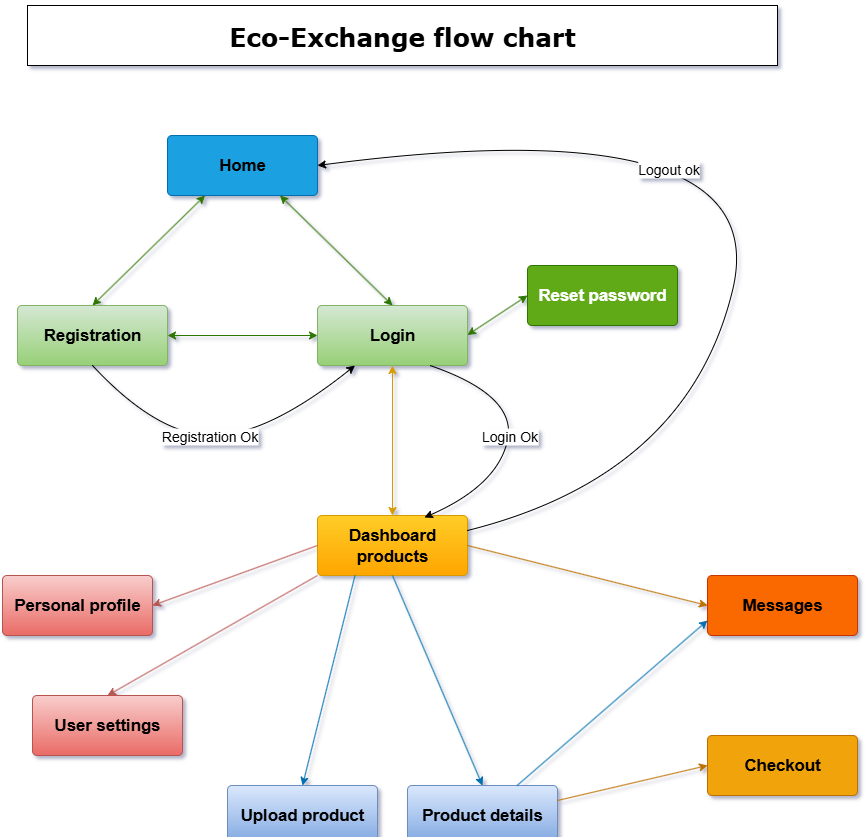
Before: imgs/Flow_chart_PF_Bootcamp.png, a diagram exported from draw.io (Alegarse/SecondHandHub_FrontEnd). Source tidied: cells renumbered, new cells last; positions are measured from the earlier drawing's top-left corner, leaving out a move shared by most shapes.
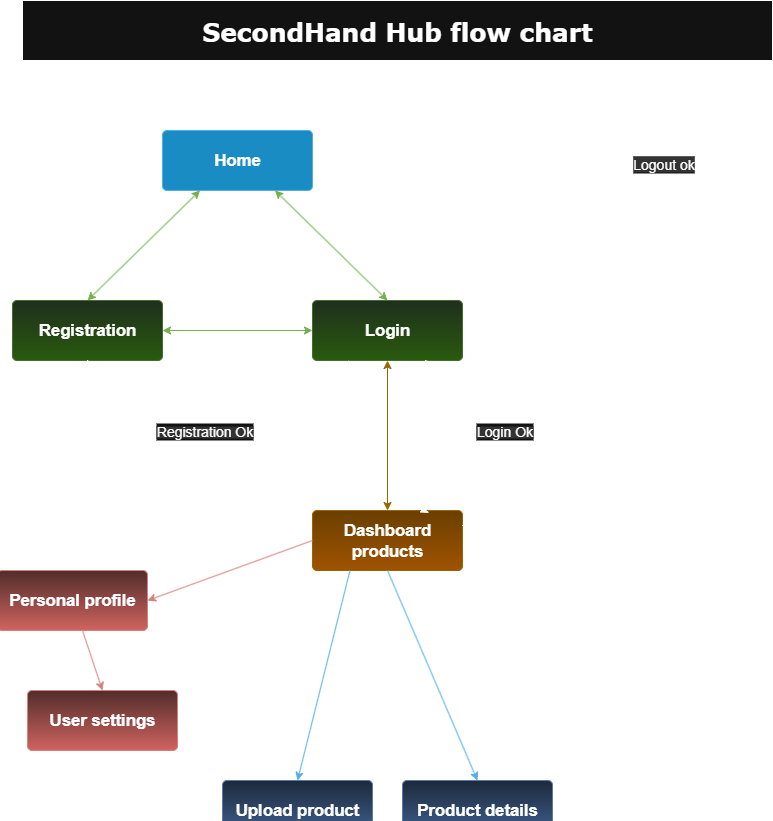
After the commit.

Commit message:
HotFix-Implemented reset password

The edit, as a diff of the source:
```diff
@@ -11,9 +11,6 @@
     <mxCell id="4" value="&lt;b&gt;Registration&lt;/b&gt;" style="html=1;overflow=block;blockSpacing=1;whiteSpace=wrap;fontSize=16.7;align=center;spacing=3.8;strokeOpacity=100;rounded=1;absoluteArcSize=1;arcSize=9;fillColor=#d5e8d4;strokeWidth=NaN;lucidId=hWQvLACzkkMG;strokeColor=#82b366;gradientColor=#97d077;" parent="1" vertex="1">
       <mxGeometry x="15" y="300" width="150" height="60" as="geometry" />
     </mxCell>
-    <mxCell id="5" value="&lt;b&gt;Reset password&lt;/b&gt;" style="html=1;overflow=block;blockSpacing=1;whiteSpace=wrap;fontSize=16.7;align=center;spacing=3.8;strokeOpacity=100;rounded=1;absoluteArcSize=1;arcSize=9;fillColor=#60a917;strokeWidth=NaN;lucidId=NWQv-iTq8Jja;strokeColor=#2D7600;fontColor=#ffffff;" parent="1" vertex="1">
-      <mxGeometry x="525" y="260" width="150" height="60" as="geometry" />
-    </mxCell>
     <mxCell id="6" value="&lt;b&gt;Dashboard products&lt;/b&gt;" style="html=1;overflow=block;blockSpacing=1;whiteSpace=wrap;fontSize=16.7;align=center;spacing=3.8;strokeOpacity=100;rounded=1;absoluteArcSize=1;arcSize=9;fillColor=#ffcd28;strokeWidth=NaN;lucidId=8WQv44ADwGnZ;gradientColor=#ffa500;strokeColor=#d79b00;" parent="1" vertex="1">
       <mxGeometry x="315" y="510" width="150" height="60" as="geometry" />
     </mxCell>
@@ -29,12 +26,6 @@
     <mxCell id="10" value="&lt;b&gt;Personal profile&lt;/b&gt;" style="html=1;overflow=block;blockSpacing=1;whiteSpace=wrap;fontSize=16.7;align=center;spacing=3.8;strokeOpacity=100;rounded=1;absoluteArcSize=1;arcSize=9;fillColor=#f8cecc;strokeWidth=NaN;lucidId=E2QvIYk.un~B;gradientColor=#ea6b66;strokeColor=#b85450;" parent="1" vertex="1">
       <mxGeometry y="570" width="150" height="60" as="geometry" />
     </mxCell>
-    <mxCell id="11" value="&lt;b&gt;Messages&lt;/b&gt;" style="html=1;overflow=block;blockSpacing=1;whiteSpace=wrap;fontSize=16.7;align=center;spacing=3.8;strokeOpacity=100;rounded=1;absoluteArcSize=1;arcSize=9;fillColor=#fa6800;strokeWidth=NaN;lucidId=C4QvrvInYFvl;strokeColor=#C73500;fontColor=#000000;" parent="1" vertex="1">
-      <mxGeometry x="705" y="570" width="150" height="60" as="geometry" />
-    </mxCell>
-    <mxCell id="12" value="&lt;b&gt;Checkout&lt;/b&gt;" style="html=1;overflow=block;blockSpacing=1;whiteSpace=wrap;fontSize=16.7;align=center;spacing=3.8;strokeOpacity=100;rounded=1;absoluteArcSize=1;arcSize=9;fillColor=#f0a30a;strokeWidth=NaN;lucidId=S4QvN3xnln-g;fontColor=#000000;strokeColor=#BD7000;" parent="1" vertex="1">
-      <mxGeometry x="705" y="730" width="150" height="60" as="geometry" />
-    </mxCell>
     <mxCell id="13" style="endArrow=classic;startArrow=classic;html=1;rounded=0;entryX=0.25;entryY=1;entryDx=0;entryDy=0;exitX=0.5;exitY=0;exitDx=0;exitDy=0;fillColor=#60a917;strokeColor=#2D7600;" parent="1" edge="1" source="4" target="2">
       <mxGeometry relative="1" as="geometry" />
     </mxCell>
@@ -44,32 +35,21 @@
     <mxCell id="15" style="endArrow=classic;startArrow=classic;html=1;rounded=0;entryX=1;entryY=0.5;entryDx=0;entryDy=0;exitX=0;exitY=0.5;exitDx=0;exitDy=0;fillColor=#60a917;strokeColor=#2D7600;" parent="1" edge="1" source="3" target="4">
       <mxGeometry relative="1" as="geometry" />
     </mxCell>
-    <mxCell id="16" style="endArrow=classic;startArrow=classic;html=1;rounded=0;entryX=1;entryY=0.5;entryDx=0;entryDy=0;fillColor=#60a917;strokeColor=#2D7600;exitX=0;exitY=0.5;exitDx=0;exitDy=0;" parent="1" edge="1" source="5">
-      <mxGeometry relative="1" as="geometry">
-        <mxPoint x="465" y="329.5" as="targetPoint" />
-      </mxGeometry>
-    </mxCell>
-    <mxCell id="17" style="endArrow=classic;startArrow=classic;html=1;rounded=0;entryX=0.5;entryY=0;entryDx=0;entryDy=0;exitX=0.5;exitY=1;exitDx=0;exitDy=0;fillColor=#ffcd28;strokeColor=#d79b00;gradientColor=#ffa500;" parent="1" edge="1" source="3" target="6">
-      <mxGeometry relative="1" as="geometry" />
-    </mxCell>
+    <mxCell id="32" style="endArrow=classic;startArrow=classic;html=1;rounded=0;entryX=0.5;entryY=0;entryDx=0;entryDy=0;exitX=0.5;exitY=1;exitDx=0;exitDy=0;fillColor=#ffcd28;strokeColor=#d79b00;gradientColor=#ffa500;" parent="1" edge="1" source="3" target="6">
+      <mxGeometry relative="1" as="geometry" />
+    </mxCell>
     <mxCell id="18" style="endArrow=classic;html=1;rounded=0;exitX=0;exitY=0.5;exitDx=0;exitDy=0;entryX=1;entryY=0.5;entryDx=0;entryDy=0;fillColor=#f8cecc;strokeColor=#b85450;gradientColor=#ea6b66;" parent="1" edge="1" source="6" target="10">
       <mxGeometry relative="1" as="geometry" />
     </mxCell>
-    <mxCell id="19" style="endArrow=classic;html=1;rounded=0;exitX=0;exitY=1;exitDx=0;exitDy=0;entryX=0.5;entryY=0;entryDx=0;entryDy=0;fillColor=#f8cecc;strokeColor=#b85450;gradientColor=#ea6b66;" parent="1" edge="1" source="6" target="9">
-      <mxGeometry relative="1" as="geometry" />
-    </mxCell>
+    <mxCell id="33" style="endArrow=classic;html=1;rounded=0;entryX=0.5;entryY=0;entryDx=0;entryDy=0;fillColor=#f8cecc;strokeColor=#b85450;gradientColor=#ea6b66;" parent="1" edge="1" source="10" target="9">
+      <mxGeometry relative="1" as="geometry" />
+    </mxCell>
     <mxCell id="20" style="endArrow=classic;html=1;rounded=0;exitX=0.25;exitY=1;exitDx=0;exitDy=0;entryX=0.5;entryY=0;entryDx=0;entryDy=0;fillColor=#1ba1e2;strokeColor=#006EAF;" parent="1" edge="1" source="6" target="7">
       <mxGeometry relative="1" as="geometry" />
     </mxCell>
     <mxCell id="21" style="endArrow=classic;html=1;rounded=0;exitX=0.5;exitY=1;exitDx=0;exitDy=0;entryX=0.5;entryY=0;entryDx=0;entryDy=0;fillColor=#1ba1e2;strokeColor=#006EAF;" parent="1" edge="1" source="6" target="8">
       <mxGeometry relative="1" as="geometry" />
     </mxCell>
-    <mxCell id="22" style="endArrow=classic;html=1;rounded=0;exitX=1;exitY=0.5;exitDx=0;exitDy=0;entryX=0;entryY=0.5;entryDx=0;entryDy=0;fillColor=#f0a30a;strokeColor=#BD7000;" parent="1" edge="1" source="6" target="11">
-      <mxGeometry relative="1" as="geometry" />
-    </mxCell>
-    <mxCell id="23" style="endArrow=classic;html=1;rounded=0;exitX=1;exitY=0.25;exitDx=0;exitDy=0;entryX=0;entryY=0.5;entryDx=0;entryDy=0;fillColor=#f0a30a;strokeColor=#BD7000;" parent="1" edge="1" source="8" target="12">
-      <mxGeometry relative="1" as="geometry" />
-    </mxCell>
     <mxCell id="24" style="curved=1;endArrow=classic;html=1;rounded=0;exitX=0.5;exitY=1;exitDx=0;exitDy=0;entryX=0.25;entryY=1;entryDx=0;entryDy=0;" parent="1" edge="1" source="4" target="3">
       <mxGeometry relative="1" as="geometry">
         <Array as="points">
@@ -81,15 +61,15 @@
     <mxCell id="25" value="&lt;span style=&quot;background-color: light-dark(rgb(255, 255, 255), rgb(51, 51, 51));&quot;&gt;&lt;font style=&quot;font-size: 14px;&quot;&gt;Registration Ok&lt;/font&gt;&lt;/span&gt;" style="edgeLabel;html=1;align=center;verticalAlign=middle;" parent="24" vertex="1">
       <mxGeometry x="-0.08" relative="1" as="geometry" />
     </mxCell>
-    <mxCell id="26" style="curved=1;endArrow=classic;html=1;rounded=0;exitX=0.75;exitY=1;exitDx=0;exitDy=0;entryX=0.713;entryY=0.033;entryDx=0;entryDy=0;entryPerimeter=0;" parent="1" edge="1" source="3" target="6">
-      <mxGeometry relative="1" as="geometry">
-        <Array as="points">
-          <mxPoint x="515" y="390" />
-          <mxPoint x="495" y="480" />
-        </Array>
-      </mxGeometry>
-    </mxCell>
+    <mxCell id="34" style="curved=1;endArrow=classic;html=1;rounded=0;exitX=0.75;exitY=1;exitDx=0;exitDy=0;entryX=0.713;entryY=0.033;entryDx=0;entryDy=0;entryPerimeter=0;" parent="1" edge="1" source="3" target="6">
+      <mxGeometry relative="1" as="geometry">
+        <Array as="points">
+          <mxPoint x="515" y="390" />
+          <mxPoint x="495" y="480" />
+        </Array>
+      </mxGeometry>
+    </mxCell>
-    <mxCell id="27" value="&lt;span style=&quot;background-color: light-dark(rgb(255, 255, 255), rgb(51, 51, 51));&quot;&gt;&lt;font style=&quot;font-size: 14px;&quot;&gt;Login Ok&lt;/font&gt;&lt;/span&gt;" style="edgeLabel;html=1;align=center;verticalAlign=middle;" parent="26" vertex="1">
+    <mxCell id="27" value="&lt;span style=&quot;background-color: light-dark(rgb(255, 255, 255), rgb(51, 51, 51));&quot;&gt;&lt;font style=&quot;font-size: 14px;&quot;&gt;Login Ok&lt;/font&gt;&lt;/span&gt;" style="edgeLabel;html=1;align=center;verticalAlign=middle;" parent="34" vertex="1">
       <mxGeometry x="0.02" y="1" relative="1" as="geometry" />
     </mxCell>
     <mxCell id="28" style="curved=1;endArrow=classic;html=1;rounded=0;exitX=1;exitY=0.25;exitDx=0;exitDy=0;entryX=1;entryY=0.5;entryDx=0;entryDy=0;" parent="1" edge="1" source="6" target="2">
@@ -103,11 +83,8 @@
     <mxCell id="29" value="&lt;font style=&quot;color: light-dark(rgb(0, 0, 0), rgb(255, 255, 255)); background-color: light-dark(rgb(255, 255, 255), rgb(51, 51, 51)); font-size: 14px;&quot;&gt;Logout ok&lt;/font&gt;" style="edgeLabel;html=1;align=center;verticalAlign=middle;" parent="28" vertex="1">
       <mxGeometry x="0.35" y="49" relative="1" as="geometry" />
     </mxCell>
-    <mxCell id="30" value="&lt;font face=&quot;Verdana&quot; style=&quot;font-size: 25px;&quot;&gt;&lt;b&gt;Eco-Exchange flow chart&lt;/b&gt;&lt;/font&gt;" style="rounded=0;whiteSpace=wrap;html=1;" parent="1" vertex="1">
-      <mxGeometry x="25" width="750" height="60" as="geometry" />
-    </mxCell>
-    <mxCell id="31" style="endArrow=classic;html=1;rounded=0;entryX=0;entryY=0.75;entryDx=0;entryDy=0;fillColor=#1ba1e2;strokeColor=#006EAF;" parent="1" edge="1" source="8" target="11">
-      <mxGeometry relative="1" as="geometry" />
-    </mxCell>
+    <mxCell id="35" value="&lt;font face=&quot;Verdana&quot; style=&quot;font-size: 25px;&quot;&gt;&lt;b&gt;SecondHand Hub flow chart&lt;/b&gt;&lt;/font&gt;" style="rounded=0;whiteSpace=wrap;html=1;" parent="1" vertex="1">
+      <mxGeometry x="25" width="750" height="60" as="geometry" />
+    </mxCell>
   </root>
 </mxGraphModel>
```
